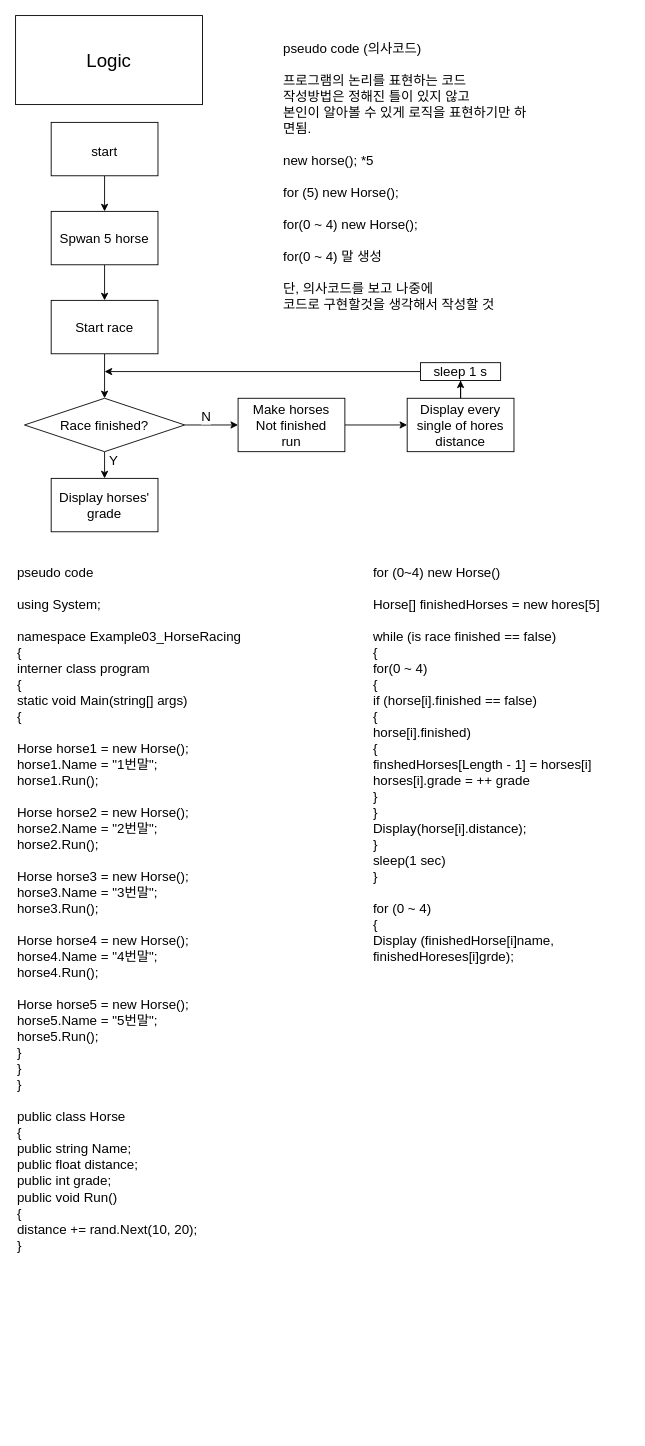
Ahkin0824/UnityEngineBasic_Niwon keeps this draw.io diagram as Csharp/HorseRacingConcept.drawio. Above is the earlier version. Source tidied: cells renumbered, new cells numbered last; positions are measured from the earlier drawing's top-left corner, leaving out a move shared by most shapes. Both pictures are drawn from the tidied source at 89%, with x=0, y=0 at pixel (15, 15).
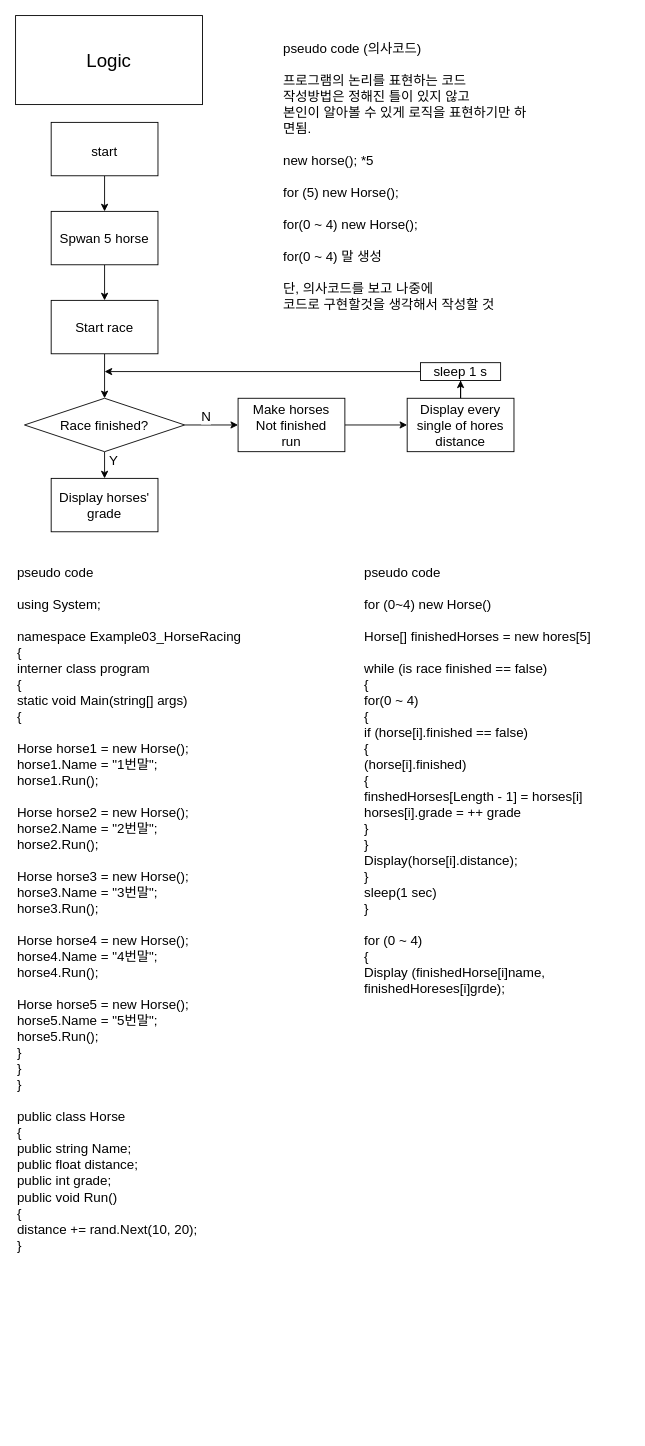
The same page after the edit.

The edit, as a diff of the source:
```diff
@@
-    <mxCell id="21" value="for (0~4) new Horse()&lt;br&gt;&lt;br&gt;Horse[] finishedHorses = new hores[5]&lt;br&gt;&lt;br&gt;while (is race finished == false)&lt;br&gt;{&lt;br&gt;for(0 ~ 4)&lt;br&gt;{&lt;br&gt;if (horse[i].finished == false)&lt;br&gt;{&lt;br&gt;horse[i].finished)&lt;br&gt;{&lt;br&gt;finshedHorses[Length - 1] = horses[i]&lt;br&gt;horses[i].grade = ++ grade&lt;br&gt;}&lt;br&gt;}&lt;br&gt;Display(horse[i].distance);&lt;br&gt;}&lt;br&gt;sleep(1 sec)&lt;br&gt;}&lt;br&gt;&lt;br&gt;for (0 ~ 4)&lt;br&gt;{&lt;br&gt;Display (finishedHorse[i]name, finishedHoreses[i]grde);" style="text;whiteSpace=wrap;html=1;fontSize=15;" parent="1" vertex="1">
-      <mxGeometry x="400" y="610" width="290" height="850" as="geometry" />
+    <mxCell id="21" value="pseudo code&lt;br&gt;&lt;br&gt;for (0~4) new Horse()&lt;br&gt;&lt;br&gt;Horse[] finishedHorses = new hores[5]&lt;br&gt;&lt;br&gt;while (is race finished == false)&lt;br&gt;{&lt;br&gt;for(0 ~ 4)&lt;br&gt;{&lt;br&gt;if (horse[i].finished == false)&lt;br&gt;{&lt;br&gt;(horse[i].finished)&lt;br&gt;{&lt;br&gt;finshedHorses[Length - 1] = horses[i]&lt;br&gt;horses[i].grade = ++ grade&lt;br&gt;}&lt;br&gt;}&lt;br&gt;Display(horse[i].distance);&lt;br&gt;}&lt;br&gt;sleep(1 sec)&lt;br&gt;}&lt;br&gt;&lt;br&gt;for (0 ~ 4)&lt;br&gt;{&lt;br&gt;Display (finishedHorse[i]name, finishedHoreses[i]grde);" style="text;whiteSpace=wrap;html=1;fontSize=15;" parent="1" vertex="1">
+      <mxGeometry x="390" y="610" width="290" height="850" as="geometry" />
     </mxCell>
```
